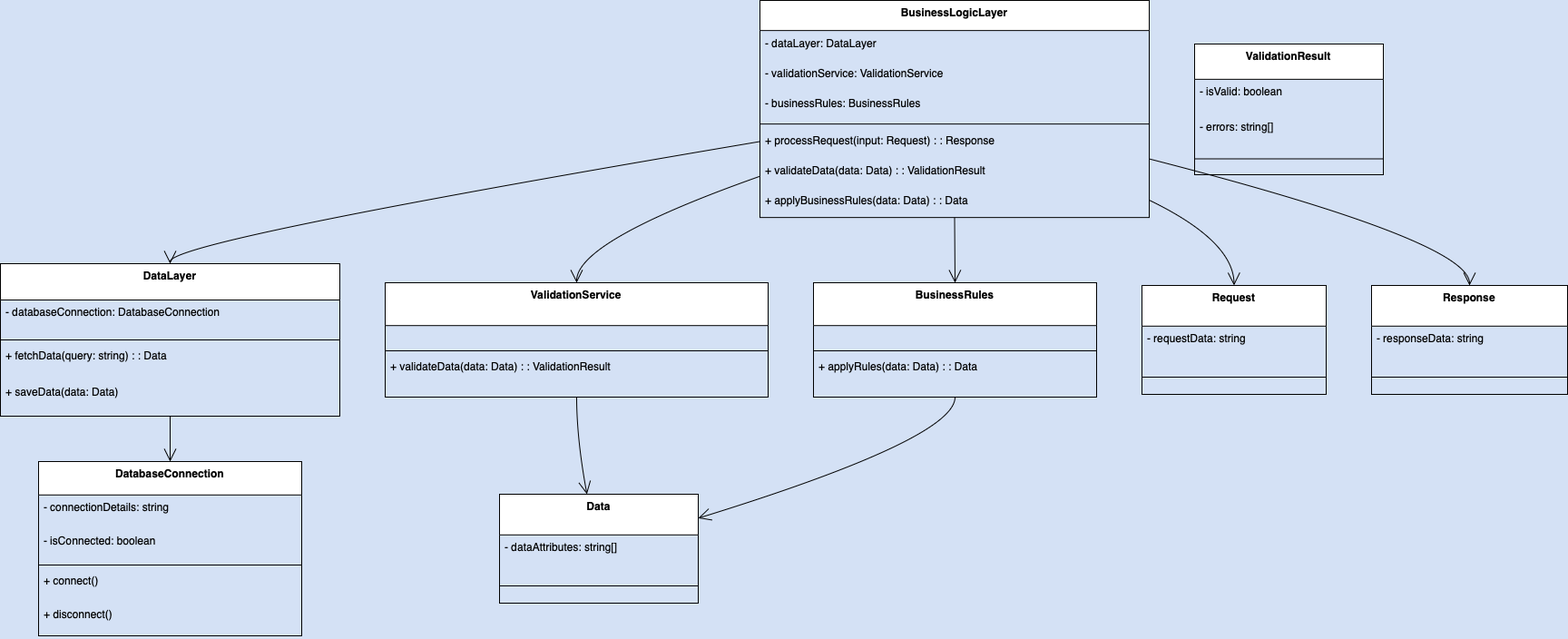
This is part1/task 2.drawio.png from Iyed13tns/holbertonschool-hbnb, a draw.io export, as it was before one commit. Source tidied: cells renumbered, new cells last; positions are measured from the earlier drawing's top-left corner, leaving out a move shared by most shapes.
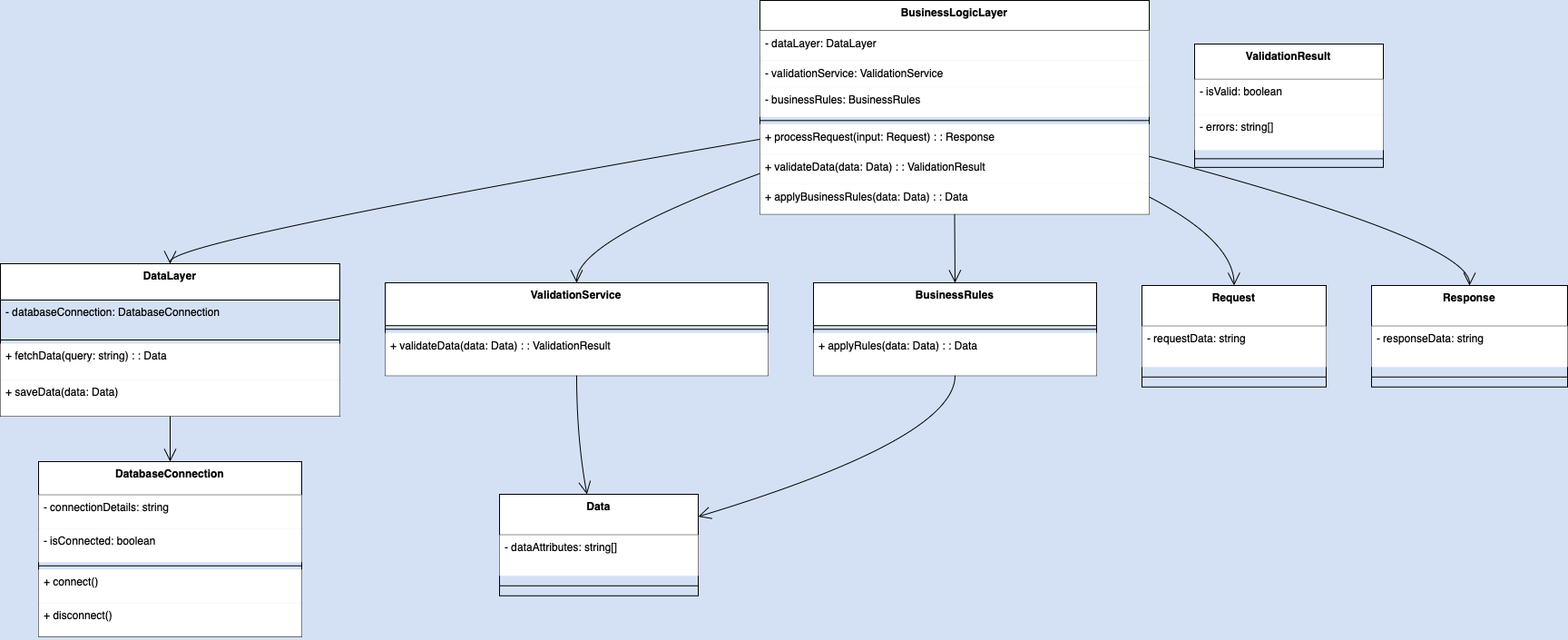
After the change.

Commit message:
Mettre à jour task 2.drawio.png

What changed in the source:
```diff
@@ -2,29 +2,29 @@
   <root>
     <mxCell id="0" />
     <mxCell id="1" parent="0" />
-    <mxCell id="2" value="BusinessLogicLayer" style="swimlane;fontStyle=1;align=center;verticalAlign=top;horizontal=1;startSize=33.142857142857146;" parent="1" vertex="1">
-      <mxGeometry x="837" width="429" height="239.1" as="geometry" />
+    <mxCell id="2" value="BusinessLogicLayer" style="swimlane;fontStyle=1;align=center;verticalAlign=top;horizontal=1;startSize=33.142857142857146;fillColor=#FFFFFF;" parent="1" vertex="1">
+      <mxGeometry x="837" width="429" height="235.3" as="geometry" />
     </mxCell>
-    <mxCell id="3" value="- dataLayer: DataLayer" style="text;strokeColor=none;fillColor=none;align=left;verticalAlign=top;spacingLeft=4;spacingRight=4;overflow=hidden;" parent="2" vertex="1">
+    <mxCell id="3" value="- dataLayer: DataLayer" style="text;strokeColor=none;fillColor=#FFFFFF;align=left;verticalAlign=top;spacingLeft=4;spacingRight=4;overflow=hidden;" parent="2" vertex="1">
       <mxGeometry y="33.1" width="429" height="33" as="geometry" />
     </mxCell>
-    <mxCell id="4" value="- validationService: ValidationService" style="text;strokeColor=none;fillColor=none;align=left;verticalAlign=top;spacingLeft=4;spacingRight=4;overflow=hidden;" parent="2" vertex="1">
-      <mxGeometry y="66.1" width="429" height="33" as="geometry" />
+    <mxCell id="4" value="- validationService: ValidationService" style="text;strokeColor=none;fillColor=default;align=left;verticalAlign=top;spacingLeft=4;spacingRight=4;overflow=hidden;labelBackgroundColor=#FFFFFF;" parent="2" vertex="1">
+      <mxGeometry y="66.1" width="429" height="29.1" as="geometry" />
     </mxCell>
-    <mxCell id="5" value="- businessRules: BusinessRules" style="text;align=left;verticalAlign=top;spacingLeft=4;spacingRight=4;overflow=hidden;" parent="2" vertex="1">
-      <mxGeometry y="99.1" width="429" height="33" as="geometry" />
+    <mxCell id="5" value="- businessRules: BusinessRules" style="text;align=left;verticalAlign=top;spacingLeft=4;spacingRight=4;overflow=hidden;fontColor=light-dark(#000000,#121212);labelBackgroundColor=#FFFFFF;fillColor=default;" parent="2" vertex="1">
+      <mxGeometry y="95.3" width="429" height="33" as="geometry" />
     </mxCell>
     <mxCell id="6" style="line;strokeWidth=1;fillColor=none;align=left;verticalAlign=middle;spacingTop=-1;spacingLeft=3;spacingRight=3;labelPosition=right;strokeColor=inherit;" parent="2" vertex="1">
-      <mxGeometry y="132.1" width="429" height="8" as="geometry" />
+      <mxGeometry y="128.3" width="429" height="8" as="geometry" />
     </mxCell>
-    <mxCell id="7" value="+ processRequest(input: Request) : : Response" style="text;strokeColor=none;fillColor=none;align=left;verticalAlign=top;spacingLeft=4;spacingRight=4;overflow=hidden;" parent="2" vertex="1">
-      <mxGeometry y="140.1" width="429" height="33" as="geometry" />
+    <mxCell id="7" value="+ processRequest(input: Request) : : Response" style="text;align=left;verticalAlign=top;spacingLeft=4;spacingRight=4;overflow=hidden;fillColor=default;" parent="2" vertex="1">
+      <mxGeometry y="136.3" width="429" height="33" as="geometry" />
     </mxCell>
-    <mxCell id="8" value="+ validateData(data: Data) : : ValidationResult" style="text;strokeColor=none;fillColor=none;align=left;verticalAlign=top;spacingLeft=4;spacingRight=4;overflow=hidden;" parent="2" vertex="1">
-      <mxGeometry y="173.1" width="429" height="33" as="geometry" />
+    <mxCell id="8" value="+ validateData(data: Data) : : ValidationResult" style="text;align=left;verticalAlign=top;spacingLeft=4;spacingRight=4;overflow=hidden;fillColor=default;" parent="2" vertex="1">
+      <mxGeometry y="169.3" width="429" height="33" as="geometry" />
     </mxCell>
-    <mxCell id="9" value="+ applyBusinessRules(data: Data) : : Data" style="text;strokeColor=none;fillColor=none;align=left;verticalAlign=top;spacingLeft=4;spacingRight=4;overflow=hidden;" parent="2" vertex="1">
-      <mxGeometry y="206.1" width="429" height="33" as="geometry" />
+    <mxCell id="9" value="+ applyBusinessRules(data: Data) : : Data" style="text;strokeColor=none;fillColor=default;align=left;verticalAlign=top;spacingLeft=4;spacingRight=4;overflow=hidden;" parent="2" vertex="1">
+      <mxGeometry y="202.3" width="429" height="33" as="geometry" />
     </mxCell>
     <mxCell id="10" value="DataLayer" style="swimlane;fontStyle=1;align=center;verticalAlign=top;horizontal=1;startSize=40;" parent="1" vertex="1">
       <mxGeometry y="290" width="374" height="168" as="geometry" />
@@ -35,86 +35,86 @@
     <mxCell id="12" style="line;strokeWidth=1;fillColor=none;align=left;verticalAlign=middle;spacingTop=-1;spacingLeft=3;spacingRight=3;labelPosition=right;strokeColor=inherit;" parent="10" vertex="1">
       <mxGeometry y="80" width="374" height="8" as="geometry" />
     </mxCell>
-    <mxCell id="13" value="+ fetchData(query: string) : : Data" style="text;strokeColor=none;fillColor=none;align=left;verticalAlign=top;spacingLeft=4;spacingRight=4;overflow=hidden;" parent="10" vertex="1">
+    <mxCell id="13" value="+ fetchData(query: string) : : Data" style="text;strokeColor=none;fillColor=default;align=left;verticalAlign=top;spacingLeft=4;spacingRight=4;overflow=hidden;" parent="10" vertex="1">
       <mxGeometry y="88" width="374" height="40" as="geometry" />
     </mxCell>
-    <mxCell id="14" value="+ saveData(data: Data)" style="text;strokeColor=none;fillColor=none;align=left;verticalAlign=top;spacingLeft=4;spacingRight=4;overflow=hidden;" parent="10" vertex="1">
+    <mxCell id="14" value="+ saveData(data: Data)" style="text;strokeColor=none;fillColor=default;align=left;verticalAlign=top;spacingLeft=4;spacingRight=4;overflow=hidden;" parent="10" vertex="1">
       <mxGeometry y="128" width="374" height="40" as="geometry" />
     </mxCell>
     <mxCell id="15" value="ValidationService" style="swimlane;fontStyle=1;align=center;verticalAlign=top;horizontal=1;startSize=47.2;" parent="1" vertex="1">
-      <mxGeometry x="424" y="311" width="422" height="126" as="geometry" />
+      <mxGeometry x="424" y="311" width="422" height="102.2" as="geometry" />
     </mxCell>
     <mxCell id="16" style="line;strokeWidth=1;fillColor=none;align=left;verticalAlign=middle;spacingTop=-1;spacingLeft=3;spacingRight=3;labelPosition=right;strokeColor=inherit;" parent="15" vertex="1">
-      <mxGeometry y="71" width="422" height="8" as="geometry" />
+      <mxGeometry y="47.2" width="422" height="8" as="geometry" />
     </mxCell>
-    <mxCell id="17" value="+ validateData(data: Data) : : ValidationResult" style="text;strokeColor=none;fillColor=none;align=left;verticalAlign=top;spacingLeft=4;spacingRight=4;overflow=hidden;" parent="15" vertex="1">
-      <mxGeometry y="79" width="422" height="47" as="geometry" />
+    <mxCell id="17" value="+ validateData(data: Data) : : ValidationResult" style="text;strokeColor=none;fillColor=default;align=left;verticalAlign=top;spacingLeft=4;spacingRight=4;overflow=hidden;" parent="15" vertex="1">
+      <mxGeometry y="55.2" width="422" height="47" as="geometry" />
     </mxCell>
     <mxCell id="18" value="BusinessRules" style="swimlane;fontStyle=1;align=center;verticalAlign=top;horizontal=1;startSize=47.2;" parent="1" vertex="1">
-      <mxGeometry x="896" y="311" width="312" height="126" as="geometry" />
+      <mxGeometry x="896" y="311" width="312" height="102.2" as="geometry" />
     </mxCell>
     <mxCell id="19" style="line;strokeWidth=1;fillColor=none;align=left;verticalAlign=middle;spacingTop=-1;spacingLeft=3;spacingRight=3;labelPosition=right;strokeColor=inherit;" parent="18" vertex="1">
-      <mxGeometry y="71" width="312" height="8" as="geometry" />
+      <mxGeometry y="47.2" width="312" height="8" as="geometry" />
     </mxCell>
-    <mxCell id="20" value="+ applyRules(data: Data) : : Data" style="text;strokeColor=none;fillColor=none;align=left;verticalAlign=top;spacingLeft=4;spacingRight=4;overflow=hidden;" parent="18" vertex="1">
-      <mxGeometry y="79" width="312" height="47" as="geometry" />
+    <mxCell id="20" value="+ applyRules(data: Data) : : Data" style="text;strokeColor=none;fillColor=default;align=left;verticalAlign=top;spacingLeft=4;spacingRight=4;overflow=hidden;" parent="18" vertex="1">
+      <mxGeometry y="55.2" width="312" height="47" as="geometry" />
     </mxCell>
     <mxCell id="21" value="Request" style="swimlane;fontStyle=1;align=center;verticalAlign=top;horizontal=1;startSize=44.8;" parent="1" vertex="1">
-      <mxGeometry x="1258" y="314" width="203" height="120" as="geometry" />
+      <mxGeometry x="1258" y="314" width="203" height="111.8" as="geometry" />
     </mxCell>
-    <mxCell id="22" value="- requestData: string" style="text;strokeColor=none;fillColor=none;align=left;verticalAlign=top;spacingLeft=4;spacingRight=4;overflow=hidden;" parent="21" vertex="1">
-      <mxGeometry y="45" width="203" height="45" as="geometry" />
+    <mxCell id="22" value="- requestData: string" style="text;strokeColor=none;fillColor=default;align=left;verticalAlign=top;spacingLeft=4;spacingRight=4;overflow=hidden;" parent="21" vertex="1">
+      <mxGeometry y="44.8" width="203" height="45" as="geometry" />
     </mxCell>
     <mxCell id="23" style="line;strokeWidth=1;fillColor=none;align=left;verticalAlign=middle;spacingTop=-1;spacingLeft=3;spacingRight=3;labelPosition=right;strokeColor=inherit;" parent="21" vertex="1">
-      <mxGeometry y="90" width="203" height="22" as="geometry" />
+      <mxGeometry y="89.8" width="203" height="22" as="geometry" />
     </mxCell>
     <mxCell id="24" value="Response" style="swimlane;fontStyle=1;align=center;verticalAlign=top;horizontal=1;startSize=44.8;" parent="1" vertex="1">
-      <mxGeometry x="1511" y="314" width="216" height="120" as="geometry" />
+      <mxGeometry x="1511" y="314" width="216" height="111.8" as="geometry" />
     </mxCell>
-    <mxCell id="25" value="- responseData: string" style="text;strokeColor=none;fillColor=none;align=left;verticalAlign=top;spacingLeft=4;spacingRight=4;overflow=hidden;" parent="24" vertex="1">
-      <mxGeometry y="45" width="216" height="45" as="geometry" />
+    <mxCell id="25" value="- responseData: string" style="text;strokeColor=none;fillColor=default;align=left;verticalAlign=top;spacingLeft=4;spacingRight=4;overflow=hidden;" parent="24" vertex="1">
+      <mxGeometry y="44.8" width="216" height="45" as="geometry" />
     </mxCell>
     <mxCell id="26" style="line;strokeWidth=1;fillColor=none;align=left;verticalAlign=middle;spacingTop=-1;spacingLeft=3;spacingRight=3;labelPosition=right;strokeColor=inherit;" parent="24" vertex="1">
-      <mxGeometry y="90" width="216" height="22" as="geometry" />
+      <mxGeometry y="89.8" width="216" height="22" as="geometry" />
     </mxCell>
     <mxCell id="27" value="Data" style="swimlane;fontStyle=1;align=center;verticalAlign=top;horizontal=1;startSize=44.8;" parent="1" vertex="1">
-      <mxGeometry x="550" y="544" width="219" height="120" as="geometry" />
+      <mxGeometry x="550" y="544" width="219" height="111.8" as="geometry" />
     </mxCell>
-    <mxCell id="28" value="- dataAttributes: string[]" style="text;strokeColor=none;fillColor=none;align=left;verticalAlign=top;spacingLeft=4;spacingRight=4;overflow=hidden;" parent="27" vertex="1">
-      <mxGeometry y="45" width="219" height="45" as="geometry" />
+    <mxCell id="28" value="- dataAttributes: string[]" style="text;strokeColor=none;fillColor=default;align=left;verticalAlign=top;spacingLeft=4;spacingRight=4;overflow=hidden;" parent="27" vertex="1">
+      <mxGeometry y="44.8" width="219" height="45" as="geometry" />
     </mxCell>
     <mxCell id="29" style="line;strokeWidth=1;fillColor=none;align=left;verticalAlign=middle;spacingTop=-1;spacingLeft=3;spacingRight=3;labelPosition=right;strokeColor=inherit;" parent="27" vertex="1">
-      <mxGeometry y="90" width="219" height="22" as="geometry" />
+      <mxGeometry y="89.8" width="219" height="22" as="geometry" />
     </mxCell>
     <mxCell id="30" value="ValidationResult" style="swimlane;fontStyle=1;align=center;verticalAlign=top;horizontal=1;startSize=38.857142857142854;" parent="1" vertex="1">
-      <mxGeometry x="1316" y="48" width="208" height="144" as="geometry" />
+      <mxGeometry x="1316" y="48" width="208" height="135.9" as="geometry" />
     </mxCell>
-    <mxCell id="31" value="- isValid: boolean" style="text;strokeColor=none;fillColor=none;align=left;verticalAlign=top;spacingLeft=4;spacingRight=4;overflow=hidden;" parent="30" vertex="1">
-      <mxGeometry y="39" width="208" height="39" as="geometry" />
+    <mxCell id="31" value="- isValid: boolean" style="text;strokeColor=none;fillColor=default;align=left;verticalAlign=top;spacingLeft=4;spacingRight=4;overflow=hidden;" parent="30" vertex="1">
+      <mxGeometry y="38.9" width="208" height="39" as="geometry" />
     </mxCell>
-    <mxCell id="32" value="- errors: string[]" style="text;strokeColor=none;fillColor=none;align=left;verticalAlign=top;spacingLeft=4;spacingRight=4;overflow=hidden;" parent="30" vertex="1">
-      <mxGeometry y="78" width="208" height="39" as="geometry" />
+    <mxCell id="32" value="- errors: string[]" style="text;strokeColor=none;fillColor=default;align=left;verticalAlign=top;spacingLeft=4;spacingRight=4;overflow=hidden;" parent="30" vertex="1">
+      <mxGeometry y="77.9" width="208" height="39" as="geometry" />
     </mxCell>
     <mxCell id="33" style="line;strokeWidth=1;fillColor=none;align=left;verticalAlign=middle;spacingTop=-1;spacingLeft=3;spacingRight=3;labelPosition=right;strokeColor=inherit;" parent="30" vertex="1">
-      <mxGeometry y="117" width="208" height="19" as="geometry" />
+      <mxGeometry y="116.9" width="208" height="19" as="geometry" />
     </mxCell>
     <mxCell id="34" value="DatabaseConnection" style="swimlane;fontStyle=1;align=center;verticalAlign=top;horizontal=1;startSize=36.8;" parent="1" vertex="1">
-      <mxGeometry x="42" y="508" width="290" height="192" as="geometry" />
+      <mxGeometry x="42" y="508" width="290" height="192.8" as="geometry" />
     </mxCell>
-    <mxCell id="35" value="- connectionDetails: string" style="text;strokeColor=none;fillColor=none;align=left;verticalAlign=top;spacingLeft=4;spacingRight=4;overflow=hidden;" parent="34" vertex="1">
-      <mxGeometry y="37" width="290" height="37" as="geometry" />
+    <mxCell id="35" value="- connectionDetails: string" style="text;strokeColor=none;fillColor=default;align=left;verticalAlign=top;spacingLeft=4;spacingRight=4;overflow=hidden;" parent="34" vertex="1">
+      <mxGeometry y="36.8" width="290" height="37" as="geometry" />
     </mxCell>
-    <mxCell id="36" value="- isConnected: boolean" style="text;strokeColor=none;fillColor=none;align=left;verticalAlign=top;spacingLeft=4;spacingRight=4;overflow=hidden;" parent="34" vertex="1">
-      <mxGeometry y="74" width="290" height="37" as="geometry" />
+    <mxCell id="36" value="- isConnected: boolean" style="text;strokeColor=none;fillColor=default;align=left;verticalAlign=top;spacingLeft=4;spacingRight=4;overflow=hidden;" parent="34" vertex="1">
+      <mxGeometry y="73.8" width="290" height="37" as="geometry" />
     </mxCell>
     <mxCell id="37" style="line;strokeWidth=1;fillColor=none;align=left;verticalAlign=middle;spacingTop=-1;spacingLeft=3;spacingRight=3;labelPosition=right;strokeColor=inherit;" parent="34" vertex="1">
-      <mxGeometry y="110" width="290" height="8" as="geometry" />
+      <mxGeometry y="110.8" width="290" height="8" as="geometry" />
     </mxCell>
-    <mxCell id="38" value="+ connect()" style="text;strokeColor=none;fillColor=none;align=left;verticalAlign=top;spacingLeft=4;spacingRight=4;overflow=hidden;" parent="34" vertex="1">
-      <mxGeometry y="118" width="290" height="37" as="geometry" />
+    <mxCell id="38" value="+ connect()" style="text;strokeColor=none;fillColor=default;align=left;verticalAlign=top;spacingLeft=4;spacingRight=4;overflow=hidden;" parent="34" vertex="1">
+      <mxGeometry y="118.8" width="290" height="37" as="geometry" />
     </mxCell>
-    <mxCell id="39" value="+ disconnect()" style="text;strokeColor=none;fillColor=none;align=left;verticalAlign=top;spacingLeft=4;spacingRight=4;overflow=hidden;" parent="34" vertex="1">
-      <mxGeometry y="155" width="290" height="37" as="geometry" />
+    <mxCell id="39" value="+ disconnect()" style="text;strokeColor=none;fillColor=default;align=left;verticalAlign=top;spacingLeft=4;spacingRight=4;overflow=hidden;" parent="34" vertex="1">
+      <mxGeometry y="155.8" width="290" height="37" as="geometry" />
     </mxCell>
     <mxCell id="40" style="curved=1;startArrow=none;endArrow=open;endSize=12;exitX=0;exitY=0.65;entryX=0.5;entryY=0;" parent="1" edge="1" source="2" target="10">
       <mxGeometry relative="1" as="geometry">
```
